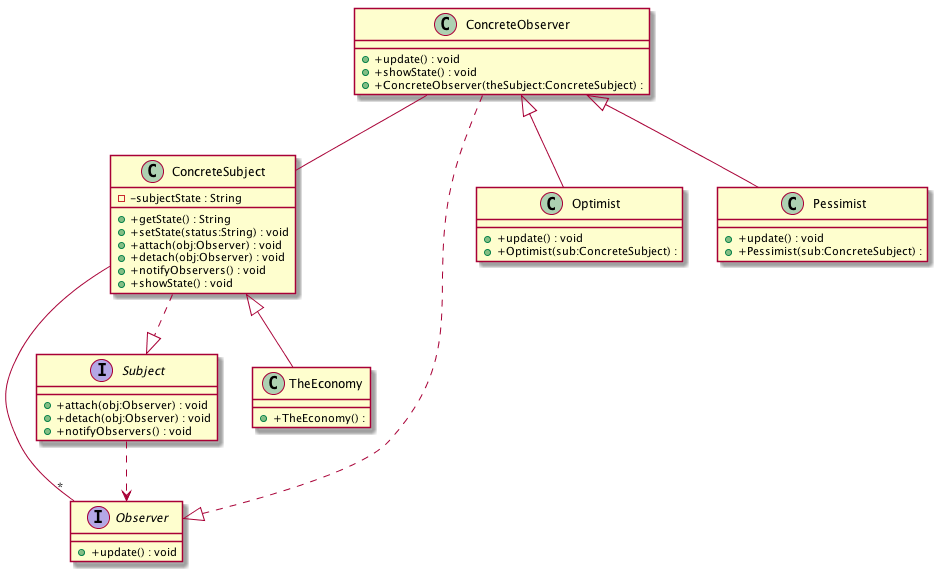
Earlier version of the PlantUML export UMLGenerator/test-case-4.png (rashmishrm/UMLParser).
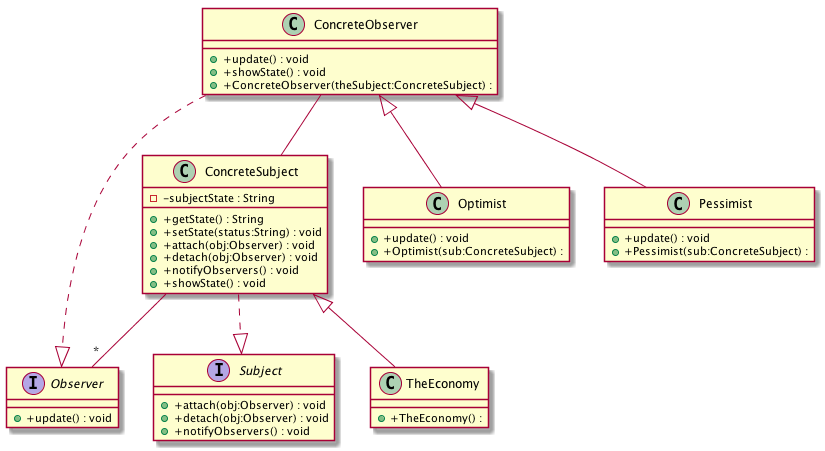
After the change.

Commit message:
Fixed test case 4: Uses relationship only for class methods

Change to the diagram source:
```diff
@@ -46,6 +46,5 @@
 ConcreteSubject<|--TheEconomy
 ConcreteObserver  " " --  " "  ConcreteSubject
 ConcreteSubject  " " --  "*"  Observer
-Subject..>Observer
 
 @enduml
```
